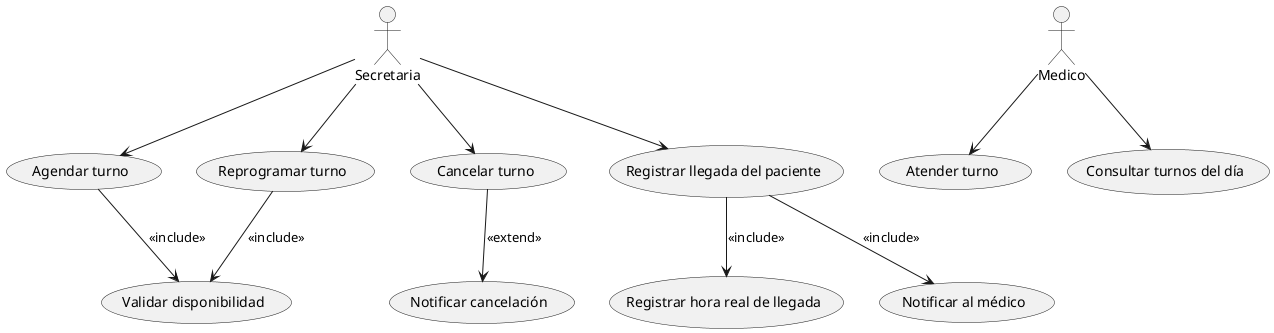
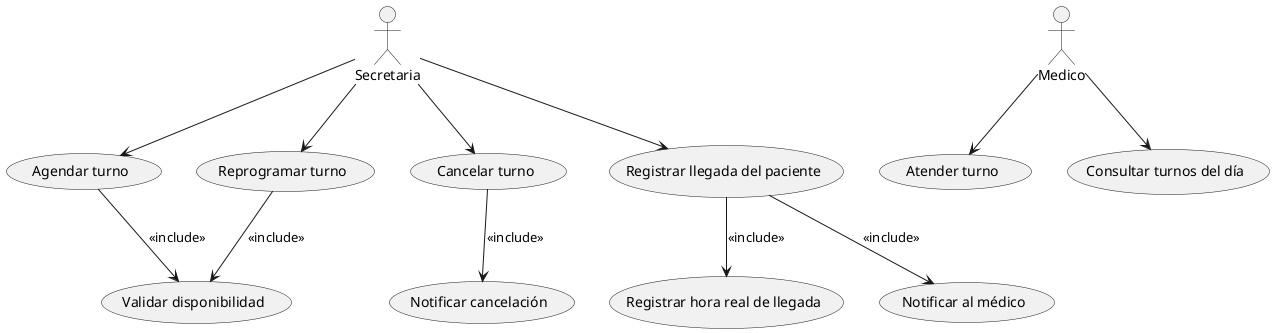
@startuml
actor Secretaria
actor Medico
+ 

Secretaria --> (Agendar turno)
Secretaria --> (Reprogramar turno)
Secretaria --> (Cancelar turno)
Secretaria --> (Registrar llegada del paciente)

Medico --> (Atender turno)
Medico --> (Consultar turnos del día)

(Agendar turno) --> (Validar disponibilidad) : <<include>>
(Reprogramar turno) --> (Validar disponibilidad) : <<include>>

- (Cancelar turno) --> (Notificar cancelación) : <<extend>>
+ (Cancelar turno) --> (Notificar cancelación) : <<include>>

(Registrar llegada del paciente) --> (Registrar hora real de llegada) : <<include>>
(Registrar llegada del paciente) --> (Notificar al médico) : <<include>>

@enduml